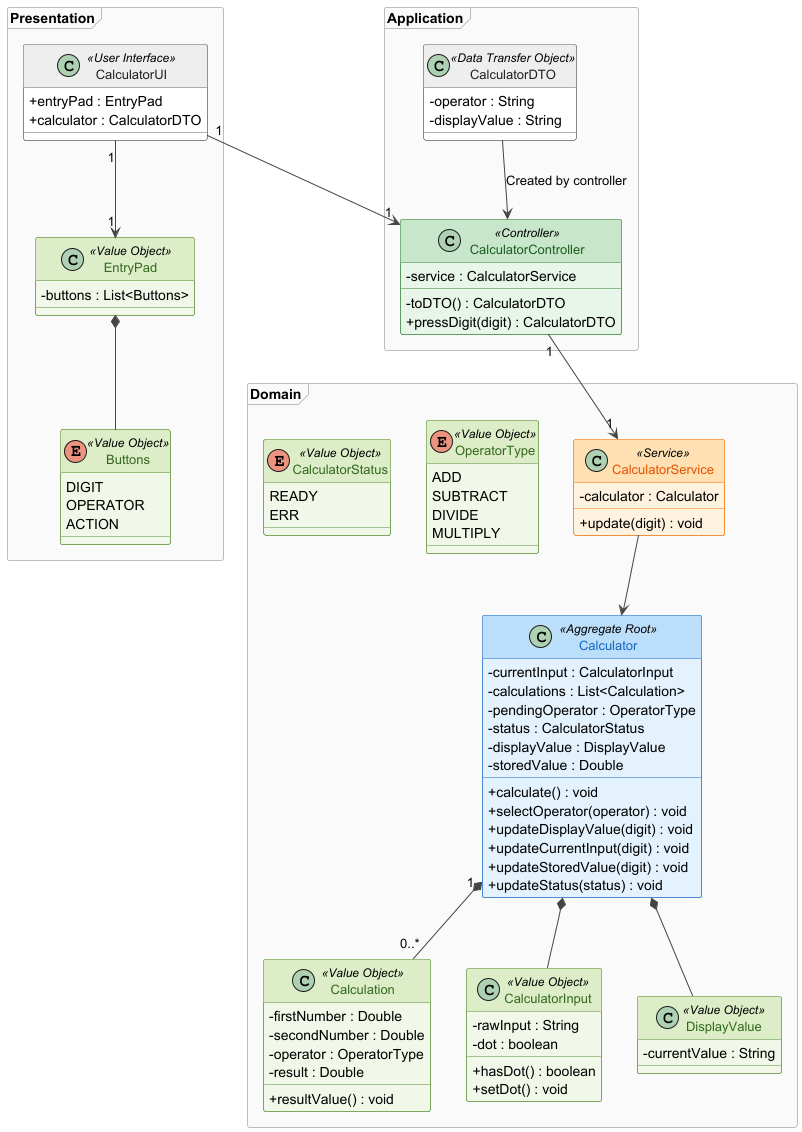
Above: docs/global-artifacts/02.analysis/png/class-diagram/CD_general.png in 1241323-JoseCardoso/Calculator (PlantUML), before the change. The source it was exported from:
```plantuml
@startuml

skinparam classAttributeIconSize 0
skinparam classFontSize 13
skinparam shadowing false
skinparam ArrowColor #444441

skinparam package {
    BackgroundColor #FAFAFA
    BorderColor #BDBDBD
    BorderStyle dashed
    FontSize 14
}

skinparam class {

    BackgroundColor #FFFFFF
    BorderColor #616161
    FontColor #212121
    HeaderBackgroundColor #EEEEEE

    BackgroundColor<<Controller>> #E8F5E9
    BorderColor<<Controller>> #2E7D32
    FontColor<<Controller>> #1B5E20
    HeaderBackgroundColor<<Controller>> #C8E6C9

    BackgroundColor<<Service>> #FFF3E0
    BorderColor<<Service>> #EF6C00
    FontColor<<Service>> #E65100
    HeaderBackgroundColor<<Service>> #FFE0B2

    BackgroundColor<<Aggregate Root>> #E3F2FD
    BorderColor<<Aggregate Root>> #1565C0
    FontColor<<Aggregate Root>> #1565C0
    HeaderBackgroundColor<<Aggregate Root>> #BBDEFB

    BackgroundColor<<Entity>> #FFF8E1
    BorderColor<<Entity>> #F57F17
    FontColor<<Entity>> #F57F17
    HeaderBackgroundColor<<Entity>> #FFE082

    BackgroundColor<<Value Object>> #F1F8E9
    BorderColor<<Value Object>> #558B2F
    FontColor<<Value Object>> #33691E
    HeaderBackgroundColor<<Value Object>> #DCEDC8

    BackgroundColor<<Enumeration>> #F3E5F5
    BorderColor<<Enumeration>> #6A1B9A
    FontColor<<Enumeration>> #6A1B9A
    HeaderBackgroundColor<<Enumeration>> #E1BEE7

    BackgroundColor<<Boundary>> #ECEFF1
    BorderColor<<Boundary>> #546E7A
    FontColor<<Boundary>> #37474F
    HeaderBackgroundColor<<Boundary>> #CFD8DC
}


package "Presentation" <<Frame>>{

class CalculatorUI <<User Interface>>{

    + entryPad : EntryPad
    + calculator : CalculatorDTO

}
enum Buttons <<Value Object>>{
    DIGIT
    OPERATOR
    ACTION
}

class EntryPad <<Value Object>>{

    - buttons : List<Buttons>

}


}

package "Application" <<Frame>>{

class CalculatorController <<Controller>> {

    - service : CalculatorService

    - toDTO() : CalculatorDTO
    + pressDigit(digit) : CalculatorDTO

}

class CalculatorDTO <<Data Transfer Object>>{

    - operator : String
    - displayValue : String

}


}

package "Domain" <<Frame>>{

class CalculatorService <<Service>> {

    - calculator : Calculator
    + update(digit) : void

}

class Calculator <<Aggregate Root>>{

    - currentInput : CalculatorInput
    - calculations : List<Calculation>
    - pendingOperator : OperatorType
    - status : CalculatorStatus
    - displayValue : DisplayValue
    - storedValue : Double

    + calculate() : void
    + selectOperator(operator) : void
    + updateDisplayValue(digit) : void
    + updateCurrentInput(digit) : void
    + updateStoredValue(digit) : void
    + updateStatus(status) : void

}

class Calculation <<Value Object>>{

    - firstNumber : Double
    - secondNumber : Double
    - operator : OperatorType
    - result : Double

    + resultValue() : void

}

class CalculatorInput <<Value Object>>{

    - rawInput : String
    - dot : boolean
    + hasDot() : boolean
    + setDot() : void

}

enum OperatorType <<Value Object>>{

    ADD
    SUBTRACT
    DIVIDE
    MULTIPLY

}

class DisplayValue <<Value Object>>{

    - currentValue : String
}

enum CalculatorStatus <<Value Object>>{

    READY
    ERR

}


}


Calculator *-- CalculatorInput
Calculator "1" *-- "0..*" Calculation
Calculator *-- DisplayValue
CalculatorController "1" --> "1" CalculatorService
CalculatorUI "1" --> "1" CalculatorController
CalculatorUI "1" --> "1" EntryPad
EntryPad *-- Buttons
CalculatorService --> Calculator
CalculatorDTO --> CalculatorController : Created by controller


@enduml
```
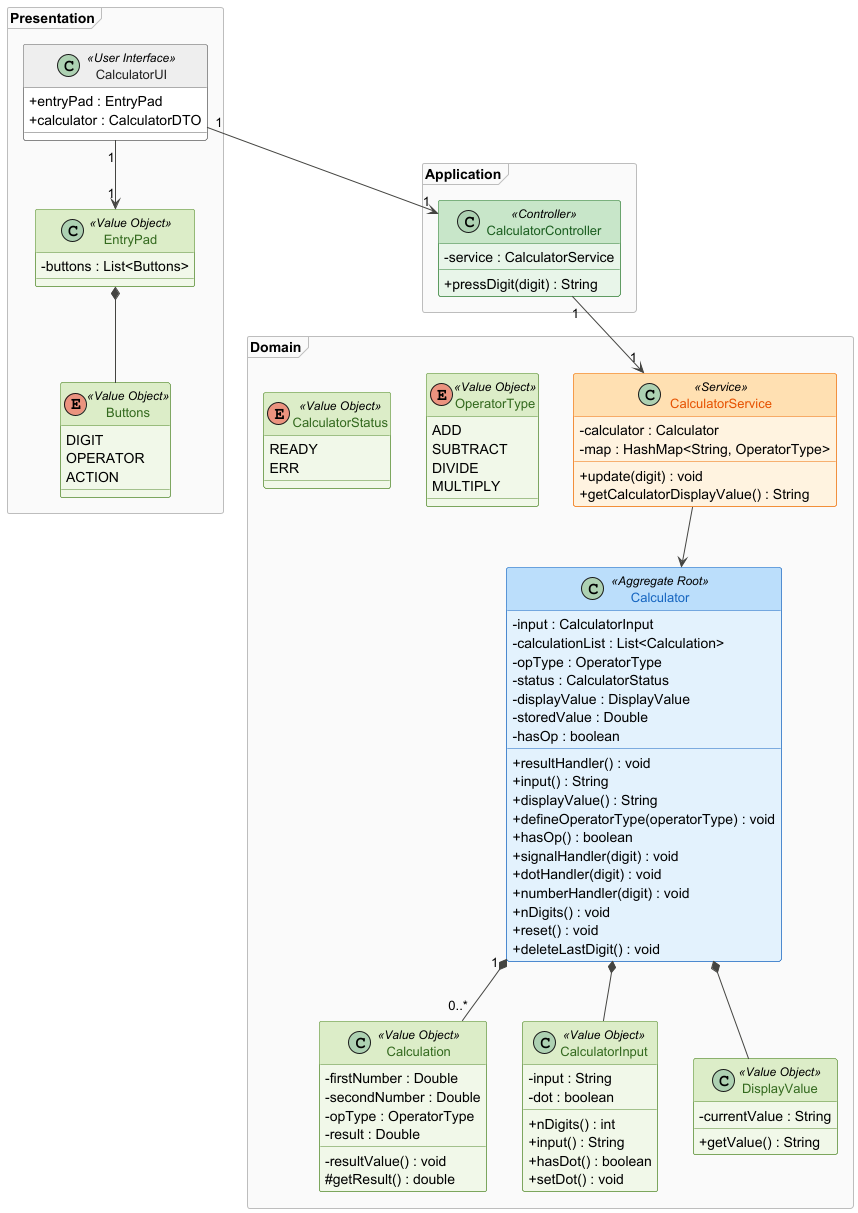
The same diagram one commit later.

What changed in the source:
```diff
@@ -85,18 +85,9 @@
 
     - service : CalculatorService
 
-    - toDTO() : CalculatorDTO
-    + pressDigit(digit) : CalculatorDTO
+    + pressDigit(digit) : String
 
 }
-
-class CalculatorDTO <<Data Transfer Object>>{
-
-    - operator : String
-    - displayValue : String
-
-}
-
 
 }
 
@@ -105,25 +96,33 @@
 class CalculatorService <<Service>> {
 
     - calculator : Calculator
+    - map : HashMap<String, OperatorType>
     + update(digit) : void
+    + getCalculatorDisplayValue() : String
 
 }
 
 class Calculator <<Aggregate Root>>{
 
-    - currentInput : CalculatorInput
-    - calculations : List<Calculation>
-    - pendingOperator : OperatorType
+    - input : CalculatorInput
+    - calculationList : List<Calculation>
+    - opType : OperatorType
     - status : CalculatorStatus
     - displayValue : DisplayValue
     - storedValue : Double
+    - hasOp : boolean
 
-    + calculate() : void
-    + selectOperator(operator) : void
-    + updateDisplayValue(digit) : void
-    + updateCurrentInput(digit) : void
-    + updateStoredValue(digit) : void
-    + updateStatus(status) : void
+    + resultHandler() : void
+    + input() : String
+    + displayValue() : String
+    + defineOperatorType(operatorType) : void
+    + hasOp() : boolean
+    + signalHandler(digit) : void
+    + dotHandler(digit) : void
+    + numberHandler(digit) : void
+    + nDigits() : void
+    + reset() : void
+    + deleteLastDigit() : void
 
 }
 
@@ -131,17 +130,20 @@
 
     - firstNumber : Double
     - secondNumber : Double
-    - operator : OperatorType
+    - opType : OperatorType
     - result : Double
 
-    + resultValue() : void
+    - resultValue() : void
+    # getResult() : double
 
 }
 
 class CalculatorInput <<Value Object>>{
 
-    - rawInput : String
+    - input : String
     - dot : boolean
+    + nDigits() : int
+    + input() : String
     + hasDot() : boolean
     + setDot() : void
 
@@ -159,6 +161,7 @@
 class DisplayValue <<Value Object>>{
 
     - currentValue : String
+    + getValue() : String
 }
 
 enum CalculatorStatus <<Value Object>>{
@@ -180,7 +183,6 @@
 CalculatorUI "1" --> "1" EntryPad
 EntryPad *-- Buttons
 CalculatorService --> Calculator
-CalculatorDTO --> CalculatorController : Created by controller
 
 
 @enduml
```
